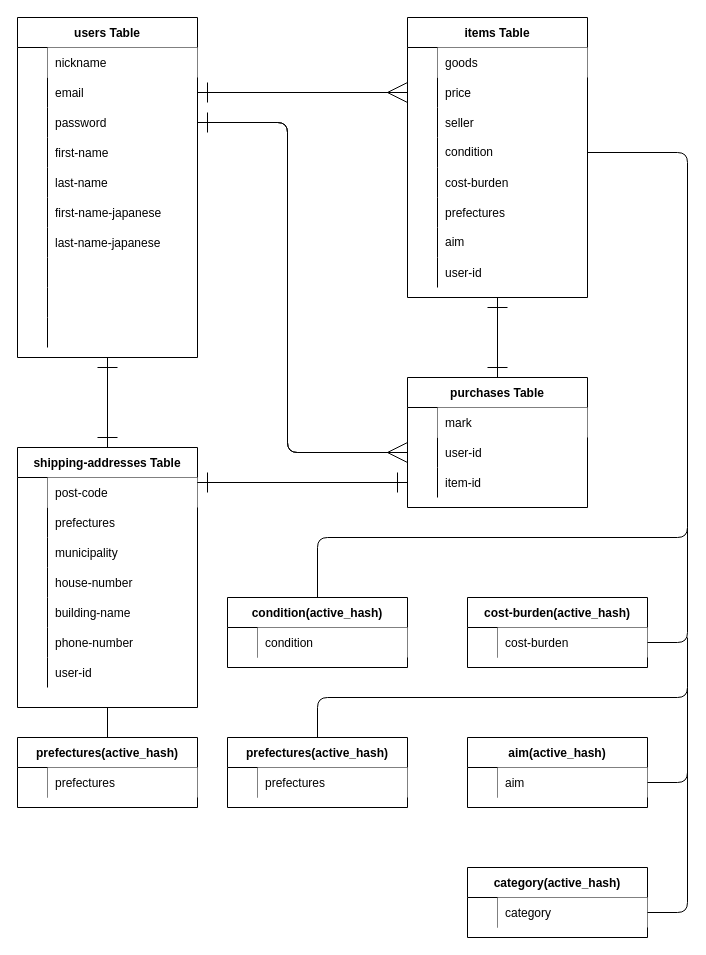
kakehi22222/furima-38489 keeps this draw.io diagram as furima.dio. Above is the earlier version. Source tidied: cells renumbered, new cells numbered last; positions are measured from the earlier drawing's top-left corner, leaving out a move shared by most shapes. Both pictures are drawn from the tidied source at 100%, with x=0, y=0 at pixel (17, 17).
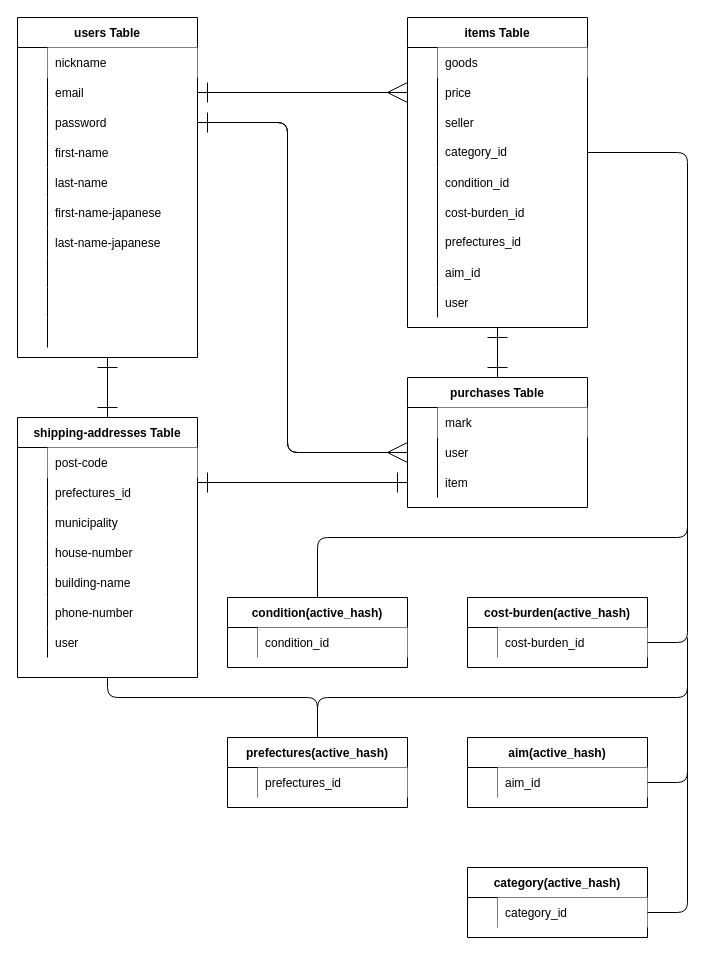
The same page after the edit.

Commit message:
ER図id付け漏れ修正

The change refers to these unchanged cells:
```xml
<mxCell id="46" style="shape=partialRectangle;fillColor=none;top=0;left=0;bottom=0;right=0;points=[[0,0.5],[1,0.5]];portConstraint=eastwest;" parent="36" vertex="1">
  <mxGeometry y="120" width="180" height="30" as="geometry" />
</mxCell>
<mxCell id="49" style="shape=partialRectangle;fillColor=none;top=0;left=0;bottom=0;right=0;" parent="36" vertex="1">
  <mxGeometry y="150" width="180" height="30" as="geometry" />
</mxCell>
<mxCell id="52" style="shape=partialRectangle;fillColor=none;top=0;left=0;bottom=0;right=0;" parent="36" vertex="1">
  <mxGeometry y="180" width="180" height="30" as="geometry" />
</mxCell>
<mxCell id="55" style="shape=partialRectangle;fillColor=none;top=0;left=0;bottom=0;right=0;" parent="36" vertex="1">
  <mxGeometry y="210" width="180" height="30" as="geometry" />
</mxCell>
<mxCell id="58" style="shape=partialRectangle;fillColor=none;top=0;left=0;bottom=0;right=0;" parent="36" vertex="1">
  <mxGeometry y="240" width="180" height="30" as="geometry" />
</mxCell>
<mxCell id="67" style="shape=partialRectangle;fillColor=none;top=0;left=0;bottom=0;right=0;" parent="63" vertex="1">
  <mxGeometry y="60" width="180" height="30" as="geometry" />
</mxCell>
<mxCell id="82" style="shape=partialRectangle;fillColor=none;top=0;left=0;bottom=0;right=0;" parent="63" vertex="1">
  <mxGeometry y="210" width="180" height="30" as="geometry" />
</mxCell>
<mxCell id="90" style="shape=partialRectangle;fillColor=none;top=0;left=0;bottom=0;right=0;points=[[0,0.5],[1,0.5]];portConstraint=eastwest;" parent="86" vertex="1">
  <mxGeometry y="60" width="180" height="30" as="geometry" />
</mxCell>
<mxCell id="93" style="shape=partialRectangle;fillColor=none;top=0;left=0;bottom=0;right=0;points=[[0,0.5],[1,0.5]];portConstraint=eastwest;" parent="86" vertex="1">
  <mxGeometry y="90" width="180" height="30" as="geometry" />
</mxCell>
<mxCell id="107" style="shape=partialRectangle;fillColor=none;top=0;left=0;bottom=0;right=0;" parent="106" vertex="1">
  <mxGeometry y="30" width="180" height="30" as="geometry" />
</mxCell>
<mxCell id="111" style="shape=partialRectangle;fillColor=none;top=0;left=0;bottom=0;right=0;points=[[0,0.5],[1,0.5]];portConstraint=eastwest;" parent="110" vertex="1">
  <mxGeometry y="30" width="180" height="30" as="geometry" />
</mxCell>
<mxCell id="116" style="shape=partialRectangle;fillColor=none;top=0;left=0;bottom=0;right=0;" parent="115" vertex="1">
  <mxGeometry y="30" width="180" height="30" as="geometry" />
</mxCell>
<mxCell id="120" style="shape=partialRectangle;fillColor=none;top=0;left=0;bottom=0;right=0;points=[[0,0.5],[1,0.5]];portConstraint=eastwest;" parent="119" vertex="1">
  <mxGeometry y="30" width="180" height="30" as="geometry" />
</mxCell>
<mxCell id="127" style="shape=partialRectangle;fillColor=none;top=0;left=0;bottom=0;right=0;points=[[0,0.5],[1,0.5]];portConstraint=eastwest;" parent="126" vertex="1">
  <mxGeometry y="30" width="180" height="30" as="geometry" />
</mxCell>
```

Change to the diagram source:
```diff
@@
     <mxCell id="36" value="items Table" style="shape=table;startSize=30;childLayout=tableLayout;rowLines=0;fontStyle=1;align=center;gradientColor=#ffffff;" parent="1" vertex="1">
-      <mxGeometry x="390" width="180" height="280" as="geometry" />
+      <mxGeometry x="390" width="180" height="310" as="geometry" />
     </mxCell>
@@
-    <mxCell id="48" value="condition" style="shape=partialRectangle;fillColor=none;top=0;left=0;bottom=0;right=0;align=left;spacingLeft=6;overflow=hidden;whiteSpace=wrap;" parent="46" vertex="1">
+    <mxCell id="48" value="category_id" style="shape=partialRectangle;fillColor=none;top=0;left=0;bottom=0;right=0;align=left;spacingLeft=6;overflow=hidden;whiteSpace=wrap;" parent="46" vertex="1">
       <mxGeometry x="30" width="150" height="30" as="geometry" />
     </mxCell>
@@
-    <mxCell id="51" value="cost-burden" style="shape=partialRectangle;fillColor=none;top=0;left=0;bottom=0;right=0;align=left;spacingLeft=6;overflow=hidden;" parent="49" vertex="1">
+    <mxCell id="51" value="condition_id" style="shape=partialRectangle;fillColor=none;top=0;left=0;bottom=0;right=0;align=left;spacingLeft=6;overflow=hidden;" parent="49" vertex="1">
       <mxGeometry x="30" width="150" height="30" as="geometry" />
     </mxCell>
@@
-    <mxCell id="54" value="prefectures" style="shape=partialRectangle;fillColor=none;top=0;left=0;bottom=0;right=0;align=left;spacingLeft=6;overflow=hidden;" parent="52" vertex="1">
+    <mxCell id="54" value="cost-burden_id" style="shape=partialRectangle;fillColor=none;top=0;left=0;bottom=0;right=0;align=left;spacingLeft=6;overflow=hidden;" parent="52" vertex="1">
       <mxGeometry x="30" width="150" height="30" as="geometry" />
     </mxCell>
@@
-    <mxCell id="57" value="aim" style="shape=partialRectangle;fillColor=none;top=0;left=0;bottom=0;right=0;align=left;spacingLeft=6;overflow=hidden;whiteSpace=wrap;" parent="55" vertex="1">
+    <mxCell id="57" value="prefectures_id" style="shape=partialRectangle;fillColor=none;top=0;left=0;bottom=0;right=0;align=left;spacingLeft=6;overflow=hidden;whiteSpace=wrap;" parent="55" vertex="1">
       <mxGeometry x="30" width="150" height="30" as="geometry" />
     </mxCell>
@@
-    <mxCell id="60" value="user-id" style="shape=partialRectangle;fillColor=none;top=0;left=0;bottom=0;right=0;align=left;spacingLeft=6;overflow=hidden;" parent="58" vertex="1">
+    <mxCell id="60" value="aim_id" style="shape=partialRectangle;fillColor=none;top=0;left=0;bottom=0;right=0;align=left;spacingLeft=6;overflow=hidden;" parent="58" vertex="1">
       <mxGeometry x="30" width="150" height="30" as="geometry" />
     </mxCell>
+    <mxCell id="131" style="shape=partialRectangle;fillColor=none;top=0;left=0;bottom=0;right=0;" parent="36" vertex="1">
+      <mxGeometry y="270" width="180" height="30" as="geometry" />
+    </mxCell>
+    <mxCell id="104" style="shape=partialRectangle;fillColor=none;top=0;left=0;bottom=0;right=0;overflow=hidden;" parent="131" vertex="1">
+      <mxGeometry width="30" height="30" as="geometry" />
+    </mxCell>
+    <mxCell id="132" value="user" style="shape=partialRectangle;fillColor=none;top=0;left=0;bottom=0;right=0;align=left;spacingLeft=6;overflow=hidden;" parent="131" vertex="1">
+      <mxGeometry x="30" width="150" height="30" as="geometry" />
+    </mxCell>
@@
-    <mxCell id="62" style="edgeStyle=none;html=1;exitX=0.5;exitY=1;exitDx=0;exitDy=0;endArrow=none;endFill=0;endSize=18;" parent="1" edge="1" source="63" target="102">
-      <mxGeometry relative="1" as="geometry" />
-    </mxCell>
     <mxCell id="63" value="shipping-addresses Table" style="shape=table;startSize=30;childLayout=tableLayout;rowLines=0;fontStyle=1;align=center;" parent="1" vertex="1">
-      <mxGeometry y="430" width="180" height="260" as="geometry" />
+      <mxGeometry y="400" width="180" height="260" as="geometry" />
     </mxCell>
@@
-    <mxCell id="69" value="prefectures" style="shape=partialRectangle;fillColor=none;top=0;left=0;bottom=0;right=0;align=left;spacingLeft=6;overflow=hidden;" parent="67" vertex="1">
+    <mxCell id="69" value="prefectures_id" style="shape=partialRectangle;fillColor=none;top=0;left=0;bottom=0;right=0;align=left;spacingLeft=6;overflow=hidden;" parent="67" vertex="1">
       <mxGeometry x="30" width="150" height="30" as="geometry" />
     </mxCell>
@@
-    <mxCell id="84" value="user-id" style="shape=partialRectangle;fillColor=none;top=0;left=0;bottom=0;right=0;align=left;spacingLeft=6;overflow=hidden;" parent="82" vertex="1">
+    <mxCell id="84" value="user" style="shape=partialRectangle;fillColor=none;top=0;left=0;bottom=0;right=0;align=left;spacingLeft=6;overflow=hidden;" parent="82" vertex="1">
       <mxGeometry x="30" width="150" height="30" as="geometry" />
     </mxCell>
@@
-    <mxCell id="92" value="user-id" style="shape=partialRectangle;fillColor=none;top=0;left=0;bottom=0;right=0;align=left;spacingLeft=6;overflow=hidden;" parent="90" vertex="1">
+    <mxCell id="92" value="user" style="shape=partialRectangle;fillColor=none;top=0;left=0;bottom=0;right=0;align=left;spacingLeft=6;overflow=hidden;" parent="90" vertex="1">
       <mxGeometry x="30" width="150" height="30" as="geometry" />
     </mxCell>
@@
-    <mxCell id="95" value="item-id" style="shape=partialRectangle;fillColor=none;top=0;left=0;bottom=0;right=0;align=left;spacingLeft=6;overflow=hidden;" parent="93" vertex="1">
+    <mxCell id="95" value="item" style="shape=partialRectangle;fillColor=none;top=0;left=0;bottom=0;right=0;align=left;spacingLeft=6;overflow=hidden;" parent="93" vertex="1">
       <mxGeometry x="30" width="150" height="30" as="geometry" />
     </mxCell>
@@
-    <mxCell id="102" value="prefectures(active_hash)" style="shape=table;startSize=30;childLayout=tableLayout;rowLines=0;fontStyle=1;align=center;swimlaneFillColor=default;" parent="1" vertex="1">
-      <mxGeometry y="720" width="180" height="70" as="geometry" />
-    </mxCell>
-    <mxCell id="103" style="shape=partialRectangle;fillColor=none;top=0;left=0;bottom=0;right=0;" parent="102" vertex="1">
-      <mxGeometry y="30" width="180" height="30" as="geometry" />
-    </mxCell>
-    <mxCell id="104" style="shape=partialRectangle;fillColor=none;top=0;left=0;bottom=0;right=0;overflow=hidden;" parent="103" vertex="1">
-      <mxGeometry width="30" height="30" as="geometry" />
-    </mxCell>
-    <mxCell id="105" value="prefectures" style="shape=partialRectangle;fillColor=default;top=0;left=0;bottom=0;right=0;align=left;spacingLeft=6;overflow=hidden;" parent="103" vertex="1">
-      <mxGeometry x="30" width="150" height="30" as="geometry" />
-    </mxCell>
+    <mxCell id="133" style="edgeStyle=none;html=1;endArrow=none;endFill=0;endSize=18;exitX=0.5;exitY=1;exitDx=0;exitDy=0;" parent="1" edge="1" source="63">
+      <mxGeometry relative="1" as="geometry">
+        <mxPoint x="300" y="720" as="targetPoint" />
+        <Array as="points">
+          <mxPoint x="90" y="680" />
+          <mxPoint x="300" y="680" />
+        </Array>
+      </mxGeometry>
+    </mxCell>
@@
-    <mxCell id="109" value="condition" style="shape=partialRectangle;fillColor=default;top=0;left=0;bottom=0;right=0;align=left;spacingLeft=6;overflow=hidden;" parent="107" vertex="1">
+    <mxCell id="109" value="condition_id" style="shape=partialRectangle;fillColor=default;top=0;left=0;bottom=0;right=0;align=left;spacingLeft=6;overflow=hidden;" parent="107" vertex="1">
       <mxGeometry x="30" width="150" height="30" as="geometry" />
     </mxCell>
@@
-    <mxCell id="113" value="cost-burden" style="shape=partialRectangle;fillColor=default;top=0;left=0;bottom=0;right=0;align=left;spacingLeft=6;overflow=hidden;" parent="111" vertex="1">
+    <mxCell id="113" value="cost-burden_id" style="shape=partialRectangle;fillColor=default;top=0;left=0;bottom=0;right=0;align=left;spacingLeft=6;overflow=hidden;" parent="111" vertex="1">
       <mxGeometry x="30" width="150" height="30" as="geometry" />
     </mxCell>
@@
-    <mxCell id="118" value="prefectures" style="shape=partialRectangle;fillColor=default;top=0;left=0;bottom=0;right=0;align=left;spacingLeft=6;overflow=hidden;" parent="116" vertex="1">
+    <mxCell id="118" value="prefectures_id" style="shape=partialRectangle;fillColor=default;top=0;left=0;bottom=0;right=0;align=left;spacingLeft=6;overflow=hidden;" parent="116" vertex="1">
       <mxGeometry x="30" width="150" height="30" as="geometry" />
     </mxCell>
@@
-    <mxCell id="122" value="aim" style="shape=partialRectangle;fillColor=default;top=0;left=0;bottom=0;right=0;align=left;spacingLeft=6;overflow=hidden;" parent="120" vertex="1">
+    <mxCell id="122" value="aim_id" style="shape=partialRectangle;fillColor=default;top=0;left=0;bottom=0;right=0;align=left;spacingLeft=6;overflow=hidden;" parent="120" vertex="1">
       <mxGeometry x="30" width="150" height="30" as="geometry" />
     </mxCell>
@@
-    <mxCell id="129" value="category" style="shape=partialRectangle;fillColor=default;top=0;left=0;bottom=0;right=0;align=left;spacingLeft=6;overflow=hidden;" parent="127" vertex="1">
+    <mxCell id="129" value="category_id" style="shape=partialRectangle;fillColor=default;top=0;left=0;bottom=0;right=0;align=left;spacingLeft=6;overflow=hidden;" parent="127" vertex="1">
       <mxGeometry x="30" width="150" height="30" as="geometry" />
     </mxCell>
```
